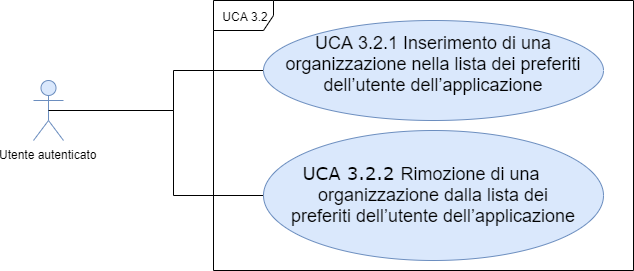
The draw.io diagram DocumentazioneEsterna/AnalisiRequisiti/sezioni/UseCase/Immagini/UCA3.2.png in qb-team/Stalker-Documentazione, before a commit. Source tidied: cells renumbered, new cells last; positions are measured from the earlier drawing's top-left corner, leaving out a move shared by most shapes. Source of this version:
```xml
<mxGraphModel background="#ffffff">
  <root>
    <mxCell id="0" />
    <mxCell id="1" parent="0" />
    <mxCell id="2" value="UCA 3.2" style="shape=umlFrame;whiteSpace=wrap;html=1;" parent="1" vertex="1">
      <mxGeometry x="180" width="420" height="270" as="geometry" />
    </mxCell>
    <mxCell id="3" value="Utente autenticato" style="shape=umlActor;verticalLabelPosition=bottom;labelBackgroundColor=#ffffff;verticalAlign=top;html=1;outlineConnect=0;fillColor=#dae8fc;strokeColor=#6c8ebf;" parent="1" vertex="1">
      <mxGeometry y="80" width="30" height="60" as="geometry" />
    </mxCell>
    <mxCell id="4" style="edgeStyle=orthogonalEdgeStyle;rounded=0;jettySize=auto;html=1;exitX=0;exitY=0.5;exitDx=0;exitDy=0;entryX=0.5;entryY=0.5;entryDx=0;entryDy=0;entryPerimeter=0;endArrow=none;endFill=0;" parent="1" edge="1" source="5" target="3">
      <mxGeometry relative="1" as="geometry">
        <Array as="points">
          <mxPoint x="140" y="70" />
          <mxPoint x="140" y="110" />
        </Array>
      </mxGeometry>
    </mxCell>
    <mxCell id="5" value="&lt;div&gt;&lt;font style=&quot;font-size: 18px&quot;&gt;&lt;span&gt;UCA 3.2.1&amp;nbsp;&lt;/span&gt;&lt;span style=&quot;text-indent: -18pt&quot;&gt;Inserimento di una organizzazione nella lista&amp;nbsp;&lt;/span&gt;&lt;span style=&quot;text-indent: -18pt&quot;&gt;dei preferiti dell’utente dell’applicazione&lt;/span&gt;&lt;/font&gt;&lt;/div&gt;&lt;p class=&quot;MsoListParagraph&quot; style=&quot;text-indent: -18.0pt&quot;&gt;&lt;/p&gt;" style="ellipse;whiteSpace=wrap;html=1;fillColor=#dae8fc;strokeColor=#6c8ebf;" parent="1" vertex="1">
      <mxGeometry x="230" y="20" width="340" height="100" as="geometry" />
    </mxCell>
    <mxCell id="6" style="edgeStyle=orthogonalEdgeStyle;rounded=0;jettySize=auto;html=1;exitX=0;exitY=0.5;exitDx=0;exitDy=0;endArrow=none;endFill=0;" parent="1" edge="1" source="7">
      <mxGeometry relative="1" as="geometry">
        <mxPoint x="100" y="110" as="targetPoint" />
        <Array as="points">
          <mxPoint x="140" y="195" />
          <mxPoint x="140" y="110" />
          <mxPoint x="100" y="110" />
        </Array>
      </mxGeometry>
    </mxCell>
    <mxCell id="7" value="&lt;p class=&quot;MsoListParagraph&quot; style=&quot;text-indent: -18.0pt&quot;&gt;&lt;font style=&quot;font-size: 18px&quot;&gt;&lt;font face=&quot;Verdana&quot;&gt;UCA 3.2.2&amp;nbsp;&lt;/font&gt;Rimozione di una organizzazione dalla lista dei&lt;br&gt;preferiti dell’utente dell’applicazione&lt;/font&gt;&lt;/p&gt;" style="ellipse;whiteSpace=wrap;html=1;fillColor=#dae8fc;strokeColor=#6c8ebf;" parent="1" vertex="1">
      <mxGeometry x="230" y="130" width="340" height="130" as="geometry" />
    </mxCell>
  </root>
</mxGraphModel>
```
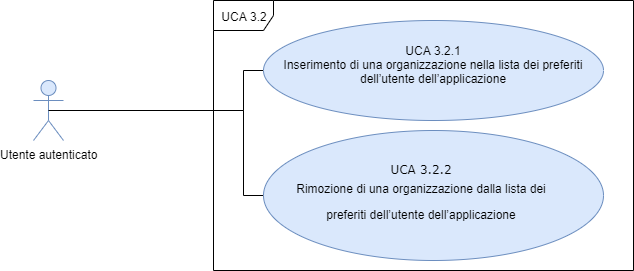
After the change.

What changed in the source:
```diff
@@ -2,34 +2,33 @@
   <root>
     <mxCell id="0" />
     <mxCell id="1" parent="0" />
-    <mxCell id="2" value="UCA 3.2" style="shape=umlFrame;whiteSpace=wrap;html=1;" parent="1" vertex="1">
+    <mxCell id="2" value="UCA 3.2" style="shape=umlFrame;whiteSpace=wrap;html=1;fontSize=12;" parent="1" vertex="1">
       <mxGeometry x="180" width="420" height="270" as="geometry" />
     </mxCell>
-    <mxCell id="3" value="Utente autenticato" style="shape=umlActor;verticalLabelPosition=bottom;labelBackgroundColor=#ffffff;verticalAlign=top;html=1;outlineConnect=0;fillColor=#dae8fc;strokeColor=#6c8ebf;" parent="1" vertex="1">
+    <mxCell id="3" value="Utente autenticato" style="shape=umlActor;verticalLabelPosition=bottom;labelBackgroundColor=#ffffff;verticalAlign=top;html=1;outlineConnect=0;fillColor=#dae8fc;strokeColor=#6c8ebf;fontSize=12;" parent="1" vertex="1">
       <mxGeometry y="80" width="30" height="60" as="geometry" />
     </mxCell>
-    <mxCell id="4" style="edgeStyle=orthogonalEdgeStyle;rounded=0;jettySize=auto;html=1;exitX=0;exitY=0.5;exitDx=0;exitDy=0;entryX=0.5;entryY=0.5;entryDx=0;entryDy=0;entryPerimeter=0;endArrow=none;endFill=0;" parent="1" edge="1" source="5" target="3">
+    <mxCell id="4" style="edgeStyle=orthogonalEdgeStyle;rounded=0;jettySize=auto;html=1;exitX=0;exitY=0.5;exitDx=0;exitDy=0;entryX=0.5;entryY=0.5;entryDx=0;entryDy=0;entryPerimeter=0;endArrow=none;endFill=0;fontSize=12;" parent="1" edge="1" source="5" target="3">
       <mxGeometry relative="1" as="geometry">
         <Array as="points">
-          <mxPoint x="140" y="70" />
-          <mxPoint x="140" y="110" />
+          <mxPoint x="210" y="70" />
+          <mxPoint x="210" y="110" />
         </Array>
       </mxGeometry>
     </mxCell>
-    <mxCell id="5" value="&lt;div&gt;&lt;font style=&quot;font-size: 18px&quot;&gt;&lt;span&gt;UCA 3.2.1&amp;nbsp;&lt;/span&gt;&lt;span style=&quot;text-indent: -18pt&quot;&gt;Inserimento di una organizzazione nella lista&amp;nbsp;&lt;/span&gt;&lt;span style=&quot;text-indent: -18pt&quot;&gt;dei preferiti dell’utente dell’applicazione&lt;/span&gt;&lt;/font&gt;&lt;/div&gt;&lt;p class=&quot;MsoListParagraph&quot; style=&quot;text-indent: -18.0pt&quot;&gt;&lt;/p&gt;" style="ellipse;whiteSpace=wrap;html=1;fillColor=#dae8fc;strokeColor=#6c8ebf;" parent="1" vertex="1">
+    <mxCell id="5" value="&lt;div style=&quot;font-size: 12px&quot;&gt;&lt;font style=&quot;font-size: 12px&quot;&gt;&lt;span style=&quot;font-size: 12px&quot;&gt;UCA 3.2.1&lt;/span&gt;&lt;/font&gt;&lt;/div&gt;&lt;div style=&quot;font-size: 12px&quot;&gt;&lt;font style=&quot;font-size: 12px&quot;&gt;&lt;span style=&quot;text-indent: -18pt ; font-size: 12px&quot;&gt;Inserimento di una organizzazione nella lista&amp;nbsp;&lt;/span&gt;&lt;span style=&quot;text-indent: -18pt ; font-size: 12px&quot;&gt;dei preferiti dell’utente dell’applicazione&lt;/span&gt;&lt;/font&gt;&lt;/div&gt;&lt;p class=&quot;MsoListParagraph&quot; style=&quot;text-indent: -18pt ; font-size: 12px&quot;&gt;&lt;/p&gt;" style="ellipse;whiteSpace=wrap;html=1;fillColor=#dae8fc;strokeColor=#6c8ebf;fontSize=12;" parent="1" vertex="1">
       <mxGeometry x="230" y="20" width="340" height="100" as="geometry" />
     </mxCell>
-    <mxCell id="6" style="edgeStyle=orthogonalEdgeStyle;rounded=0;jettySize=auto;html=1;exitX=0;exitY=0.5;exitDx=0;exitDy=0;endArrow=none;endFill=0;" parent="1" edge="1" source="7">
+    <mxCell id="6" style="edgeStyle=orthogonalEdgeStyle;rounded=0;jettySize=auto;html=1;exitX=0;exitY=0.5;exitDx=0;exitDy=0;endArrow=none;endFill=0;fontSize=12;" parent="1" edge="1" source="7">
       <mxGeometry relative="1" as="geometry">
         <mxPoint x="100" y="110" as="targetPoint" />
         <Array as="points">
-          <mxPoint x="140" y="195" />
-          <mxPoint x="140" y="110" />
-          <mxPoint x="100" y="110" />
+          <mxPoint x="210" y="195" />
+          <mxPoint x="210" y="110" />
         </Array>
       </mxGeometry>
     </mxCell>
-    <mxCell id="7" value="&lt;p class=&quot;MsoListParagraph&quot; style=&quot;text-indent: -18.0pt&quot;&gt;&lt;font style=&quot;font-size: 18px&quot;&gt;&lt;font face=&quot;Verdana&quot;&gt;UCA 3.2.2&amp;nbsp;&lt;/font&gt;Rimozione di una organizzazione dalla lista dei&lt;br&gt;preferiti dell’utente dell’applicazione&lt;/font&gt;&lt;/p&gt;" style="ellipse;whiteSpace=wrap;html=1;fillColor=#dae8fc;strokeColor=#6c8ebf;" parent="1" vertex="1">
+    <mxCell id="7" value="&lt;p class=&quot;MsoListParagraph&quot; style=&quot;text-indent: -18pt ; font-size: 12px ; line-height: 0%&quot;&gt;&lt;font style=&quot;font-size: 12px&quot;&gt;&lt;font face=&quot;Verdana&quot; style=&quot;font-size: 12px&quot;&gt;UCA 3.2.2&lt;/font&gt;&lt;/font&gt;&lt;/p&gt;&lt;p class=&quot;MsoListParagraph&quot; style=&quot;text-indent: -18pt ; font-size: 12px&quot;&gt;&lt;span style=&quot;text-indent: -18pt&quot;&gt;Rimozione di una organizzazione dalla lista dei&lt;/span&gt;&lt;/p&gt;&lt;p class=&quot;MsoListParagraph&quot; style=&quot;text-indent: -18pt ; font-size: 12px&quot;&gt;&lt;font style=&quot;font-size: 12px&quot;&gt;preferiti dell’utente dell’applicazione&lt;/font&gt;&lt;/p&gt;" style="ellipse;whiteSpace=wrap;html=1;fillColor=#dae8fc;strokeColor=#6c8ebf;fontSize=12;align=center;" parent="1" vertex="1">
       <mxGeometry x="230" y="130" width="340" height="130" as="geometry" />
     </mxCell>
   </root>
```
